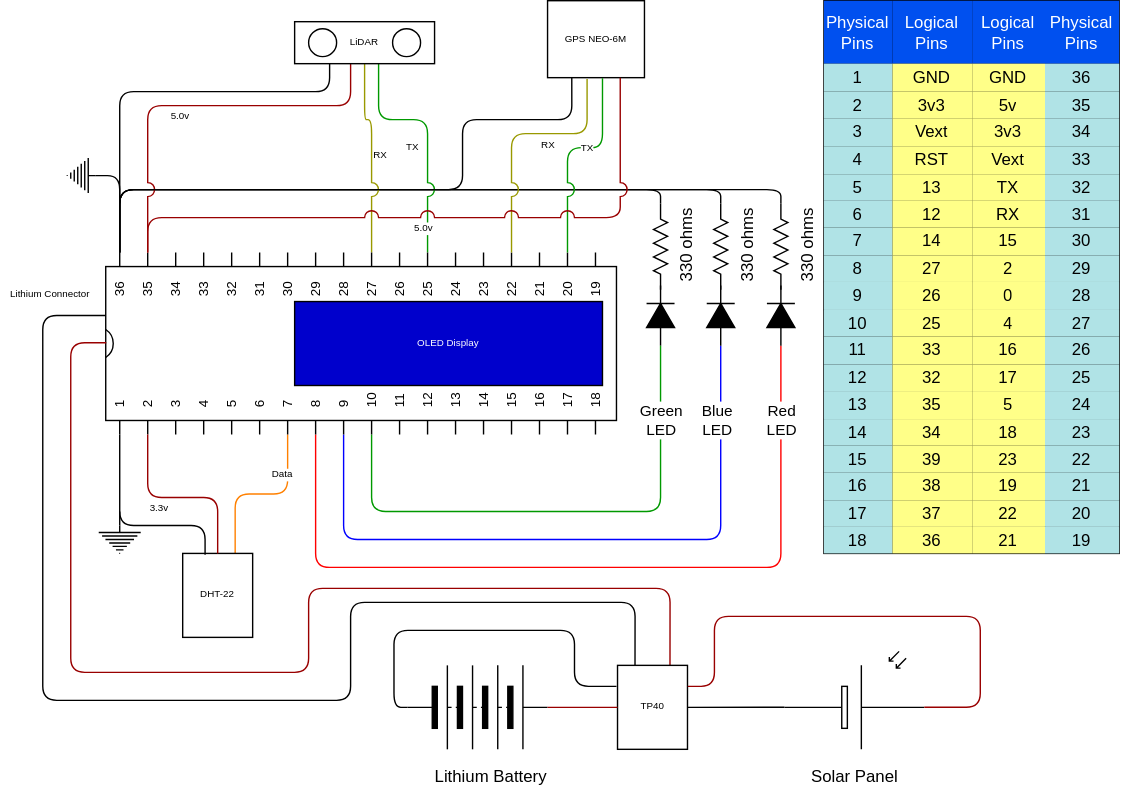
Before: docs/images/CircuitDiagram.svg, a diagram exported from draw.io (gbd77rc/esp32-iot-x509). Source tidied: cells renumbered, new cells last; positions are measured from the earlier drawing's top-left corner, leaving out a move shared by most shapes.
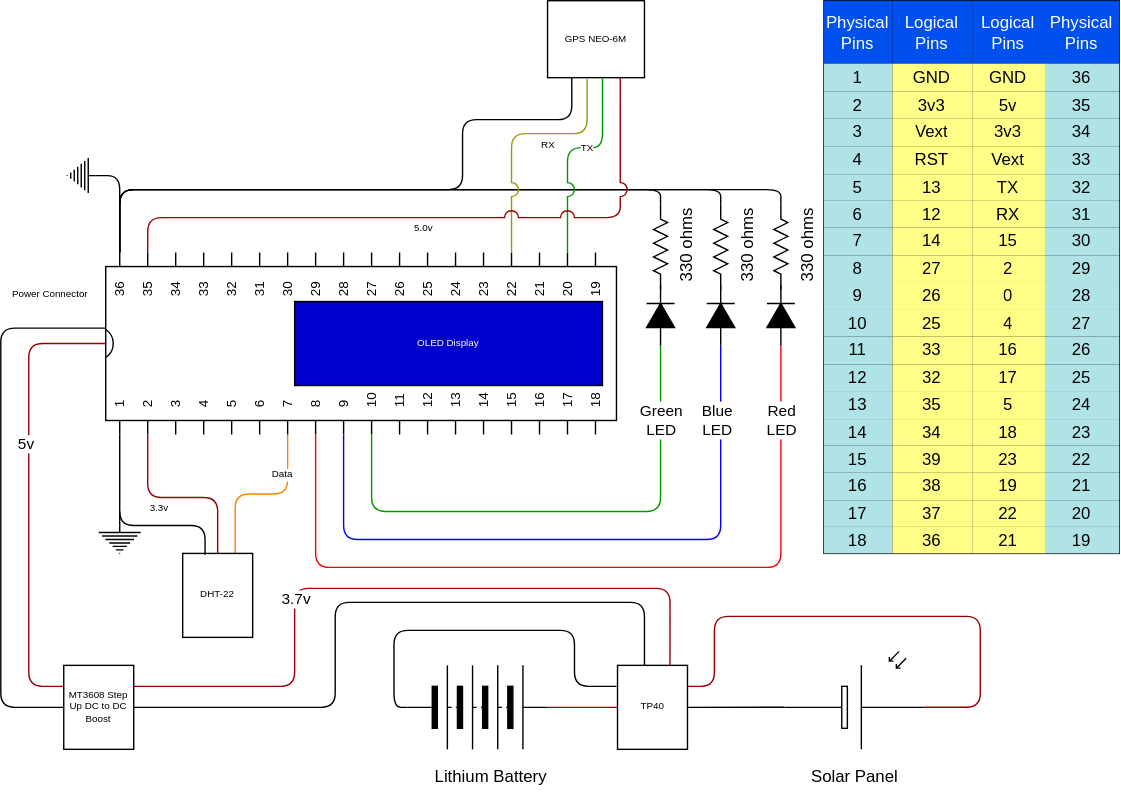
Above is the later version.

What changed in the source:
```diff
@@ -2,19 +2,6 @@
   <root>
     <mxCell id="0" />
     <mxCell id="1" parent="0" />
-    <mxCell id="2" style="edgeStyle=orthogonalEdgeStyle;rounded=1;jettySize=auto;html=1;endArrow=none;endFill=0;strokeColor=#000000;exitX=0.25;exitY=0;exitDx=0;exitDy=0;" parent="1" edge="1" source="151" target="20">
-      <mxGeometry relative="1" as="geometry">
-        <Array as="points">
-          <mxPoint x="453" y="430" />
-          <mxPoint x="250" y="430" />
-          <mxPoint x="250" y="500" />
-          <mxPoint x="30" y="500" />
-          <mxPoint x="30" y="225" />
-          <mxPoint x="90" y="225" />
-          <mxPoint x="90" y="245" />
-        </Array>
-      </mxGeometry>
-    </mxCell>
     <mxCell id="3" value="330 ohms" style="verticalLabelPosition=bottom;shadow=0;dashed=0;align=center;html=1;verticalAlign=top;shape=mxgraph.electrical.resistors.resistor_2;rotation=-90;" parent="1" vertex="1">
       <mxGeometry x="440.8" y="170.8" width="61.5" height="10" as="geometry" />
     </mxCell>
@@ -90,32 +77,6 @@
     <mxCell id="15" value="Data" style="text;html=1;align=center;verticalAlign=middle;labelBackgroundColor=#ffffff;fontSize=7;fontColor=#000000;" parent="14" vertex="1">
       <mxGeometry x="-0.23" y="-14" relative="1" as="geometry" />
     </mxCell>
-    <mxCell id="16" style="edgeStyle=orthogonalEdgeStyle;rounded=1;jumpStyle=arc;jumpSize=10;jettySize=auto;html=1;exitX=1;exitY=0;exitDx=0;exitDy=190;exitPerimeter=0;entryX=0.5;entryY=1;entryDx=0;entryDy=0;startSize=4;endArrow=none;endFill=0;endSize=4;strokeColor=#999900;fontSize=7;fontColor=#000000;" parent="1" edge="1" source="20" target="43">
-      <mxGeometry relative="1" as="geometry">
-        <Array as="points">
-          <mxPoint x="265" y="85" />
-          <mxPoint x="260" y="85" />
-        </Array>
-      </mxGeometry>
-    </mxCell>
-    <mxCell id="17" value="RX" style="text;html=1;align=center;verticalAlign=middle;labelBackgroundColor=#ffffff;fontSize=7;fontColor=#000000;" parent="16" vertex="1">
-      <mxGeometry x="0.17" y="2" relative="1" as="geometry">
-        <mxPoint x="7" y="12.5" as="offset" />
-      </mxGeometry>
-    </mxCell>
-    <mxCell id="18" style="edgeStyle=orthogonalEdgeStyle;rounded=1;jumpStyle=arc;jumpSize=10;jettySize=auto;html=1;exitX=1;exitY=0;exitDx=0;exitDy=230;exitPerimeter=0;startSize=4;endArrow=none;endFill=0;endSize=4;strokeColor=#009900;fontSize=7;fontColor=#000000;" parent="1" edge="1" source="20" target="43">
-      <mxGeometry relative="1" as="geometry">
-        <Array as="points">
-          <mxPoint x="305" y="85" />
-          <mxPoint x="270" y="85" />
-        </Array>
-      </mxGeometry>
-    </mxCell>
-    <mxCell id="19" value="TX" style="text;html=1;align=center;verticalAlign=middle;labelBackgroundColor=#ffffff;fontSize=7;fontColor=#000000;" parent="18" vertex="1">
-      <mxGeometry x="0.23" y="2" relative="1" as="geometry">
-        <mxPoint x="-3" y="17" as="offset" />
-      </mxGeometry>
-    </mxCell>
     <mxCell id="20" value="&lt;span style=&quot;font-size: 6px&quot;&gt;ESP32&lt;br&gt;&lt;/span&gt;" style="shadow=0;dashed=0;align=center;html=1;strokeWidth=1;shape=mxgraph.electrical.logic_gates.dual_inline_ic;labelNames=a,b,c,d,e,f,g,h,i,j,k,l,m,n,o,p,q,r,s,t;rotation=-90;" parent="1" vertex="1">
       <mxGeometry x="192.5" y="62.5" width="130" height="365" as="geometry" />
     </mxCell>
@@ -131,24 +92,13 @@
     <mxCell id="24" value="330 ohms" style="verticalLabelPosition=bottom;shadow=0;dashed=0;align=center;html=1;verticalAlign=top;shape=mxgraph.electrical.resistors.resistor_2;rotation=-90;" parent="1" vertex="1">
       <mxGeometry x="526.8" y="170.8" width="61.5" height="10" as="geometry" />
     </mxCell>
-    <mxCell id="25" style="edgeStyle=orthogonalEdgeStyle;rounded=1;jettySize=auto;html=1;entryX=0.504;entryY=0.001;entryDx=0;entryDy=0;entryPerimeter=0;endArrow=none;endFill=0;strokeColor=#990000;exitX=0.75;exitY=0;exitDx=0;exitDy=0;" parent="1" edge="1" source="151" target="20">
-      <mxGeometry relative="1" as="geometry">
-        <Array as="points">
-          <mxPoint x="478" y="420" />
-          <mxPoint x="220" y="420" />
-          <mxPoint x="220" y="480" />
-          <mxPoint x="50" y="480" />
-          <mxPoint x="50" y="245" />
-        </Array>
-      </mxGeometry>
-    </mxCell>
     <mxCell id="26" style="verticalLabelPosition=bottom;shadow=0;dashed=0;align=center;html=1;verticalAlign=top;shape=mxgraph.electrical.miscellaneous.batteryStack;" parent="1" vertex="1">
       <mxGeometry x="290.8" y="475" width="100" height="60" as="geometry" />
     </mxCell>
     <mxCell id="27" value="Lithium Battery" style="text;html=1;align=center;verticalAlign=middle;" parent="1" vertex="1">
       <mxGeometry x="300" y="545" width="100" height="20" as="geometry" />
     </mxCell>
-    <mxCell id="28" value="Lithium Connector" style="text;html=1;align=center;verticalAlign=middle;fontSize=7;" parent="1" vertex="1">
+    <mxCell id="28" value="Power Connector" style="text;html=1;align=center;verticalAlign=middle;fontSize=7;" parent="1" vertex="1">
       <mxGeometry y="205" width="70" height="10" as="geometry" />
     </mxCell>
     <mxCell id="29" value="OLED Display" style="rounded=0;whiteSpace=wrap;html=1;fontSize=7;fillColor=#0000CC;fontColor=#FFFFFF;" parent="1" vertex="1">
@@ -197,42 +147,9 @@
         <mxPoint x="-18" as="offset" />
       </mxGeometry>
     </mxCell>
-    <mxCell id="38" style="endArrow=none;html=1;strokeColor=#990000;fontSize=7;fontColor=#000000;entryX=1;entryY=0;entryDx=0;entryDy=30;entryPerimeter=0;rounded=1;edgeStyle=orthogonalEdgeStyle;jumpStyle=arc;jumpSize=10;" parent="1" edge="1" source="43" target="20">
-      <mxGeometry relative="1" as="geometry">
-        <Array as="points">
-          <mxPoint x="250" y="75" />
-          <mxPoint x="105" y="75" />
-        </Array>
-      </mxGeometry>
-    </mxCell>
-    <mxCell id="39" value="5.0v" style="text;html=1;align=center;verticalAlign=middle;labelBackgroundColor=#ffffff;fontSize=7;fontColor=#000000;" parent="38" vertex="1">
-      <mxGeometry x="-0.04" y="7" relative="1" as="geometry">
-        <mxPoint x="-18" as="offset" />
-      </mxGeometry>
-    </mxCell>
-    <mxCell id="40" style="endArrow=none;html=1;strokeColor=#000000;fontSize=7;fontColor=#000000;exitX=0.25;exitY=1;exitDx=0;exitDy=0;labelBorderColor=#000000;edgeStyle=orthogonalEdgeStyle;endSize=4;startSize=4;jumpSize=0;rounded=1;entryX=1;entryY=0;entryDx=0;entryDy=10;entryPerimeter=0;" parent="1" edge="1" source="43" target="20">
-      <mxGeometry relative="1" as="geometry">
-        <Array as="points">
-          <mxPoint x="235" y="65" />
-          <mxPoint x="85" y="65" />
-        </Array>
-      </mxGeometry>
-    </mxCell>
     <mxCell id="41" value="GPS NEO-6M" style="rounded=0;whiteSpace=wrap;html=1;fillColor=#FFFFFF;fontSize=7;fontColor=#000000;" parent="1" vertex="1">
       <mxGeometry x="390.8" width="69.2" height="55" as="geometry" />
     </mxCell>
-    <mxCell id="42" style="group;" parent="1" vertex="1">
-      <mxGeometry x="210" y="15" width="100" height="30" as="geometry" />
-    </mxCell>
-    <mxCell id="43" value="LiDAR" style="rounded=0;whiteSpace=wrap;html=1;fillColor=#FFFFFF;fontSize=7;fontColor=#000000;" parent="42" vertex="1">
-      <mxGeometry width="100" height="30" as="geometry" />
-    </mxCell>
-    <mxCell id="44" style="ellipse;whiteSpace=wrap;html=1;fillColor=#FFFFFF;fontSize=7;fontColor=#000000;" parent="42" vertex="1">
-      <mxGeometry x="10" y="5" width="20" height="20" as="geometry" />
-    </mxCell>
-    <mxCell id="45" style="ellipse;whiteSpace=wrap;html=1;fillColor=#FFFFFF;fontSize=7;fontColor=#000000;" parent="42" vertex="1">
-      <mxGeometry x="70" y="5" width="20" height="20" as="geometry" />
-    </mxCell>
     <mxCell id="46" style="endArrow=none;html=1;strokeColor=#000000;fontSize=7;fontColor=#000000;exitX=0.25;exitY=1;exitDx=0;exitDy=0;labelBorderColor=#000000;edgeStyle=orthogonalEdgeStyle;endSize=4;startSize=4;jumpSize=0;rounded=1;entryX=1;entryY=0;entryDx=0;entryDy=10;entryPerimeter=0;" parent="1" edge="1" source="41" target="20">
       <mxGeometry relative="1" as="geometry">
         <Array as="points">
@@ -616,5 +533,49 @@
         </Array>
       </mxGeometry>
     </mxCell>
+    <mxCell id="156" value="MT3608 Step Up DC to DC Boost" style="rounded=0;whiteSpace=wrap;html=1;fillColor=#FFFFFF;fontSize=7;fontColor=#000000;" parent="1" vertex="1">
+      <mxGeometry x="45" y="475" width="50" height="60" as="geometry" />
+    </mxCell>
+    <mxCell id="157" style="edgeStyle=orthogonalEdgeStyle;rounded=1;jettySize=auto;html=1;entryX=0.75;entryY=0;entryDx=0;entryDy=0;endArrow=none;endFill=0;strokeColor=#990000;exitX=1;exitY=0.25;exitDx=0;exitDy=0;" parent="1" edge="1" source="156" target="151">
+      <mxGeometry relative="1" as="geometry">
+        <Array as="points">
+          <mxPoint x="210" y="490" />
+          <mxPoint x="210" y="420" />
+          <mxPoint x="478" y="420" />
+        </Array>
+      </mxGeometry>
+    </mxCell>
+    <mxCell id="158" value="3.7v" style="edgeLabel;html=1;align=center;verticalAlign=middle;" parent="157" vertex="1">
+      <mxGeometry x="-0.3" relative="1" as="geometry" />
+    </mxCell>
+    <mxCell id="159" style="edgeStyle=orthogonalEdgeStyle;rounded=1;jettySize=auto;html=1;endArrow=none;endFill=0;strokeColor=#000000;entryX=1;entryY=0.5;entryDx=0;entryDy=0;" parent="1" edge="1" source="151" target="156">
+      <mxGeometry relative="1" as="geometry">
+        <Array as="points">
+          <mxPoint x="460" y="430" />
+          <mxPoint x="239" y="430" />
+          <mxPoint x="239" y="505" />
+        </Array>
+      </mxGeometry>
+    </mxCell>
+    <mxCell id="160" style="edgeStyle=orthogonalEdgeStyle;rounded=1;jettySize=auto;html=1;entryX=0;entryY=0.25;entryDx=0;entryDy=0;endArrow=none;endFill=0;strokeColor=#990000;" parent="1" edge="1" source="20" target="156">
+      <mxGeometry relative="1" as="geometry">
+        <Array as="points">
+          <mxPoint x="20" y="245" />
+          <mxPoint x="20" y="490" />
+        </Array>
+      </mxGeometry>
+    </mxCell>
+    <mxCell id="161" value="5v" style="edgeLabel;html=1;align=center;verticalAlign=middle;" parent="160" vertex="1">
+      <mxGeometry x="-0.22" y="-3" relative="1" as="geometry" />
+    </mxCell>
+    <mxCell id="162" style="edgeStyle=orthogonalEdgeStyle;rounded=1;jettySize=auto;html=1;endArrow=none;endFill=0;strokeColor=#000000;exitX=0;exitY=0.5;exitDx=0;exitDy=0;" parent="1" edge="1" source="156">
+      <mxGeometry relative="1" as="geometry">
+        <mxPoint x="75" y="234" as="targetPoint" />
+        <Array as="points">
+          <mxPoint y="505" />
+          <mxPoint y="234" />
+        </Array>
+      </mxGeometry>
+    </mxCell>
   </root>
 </mxGraphModel>
```
